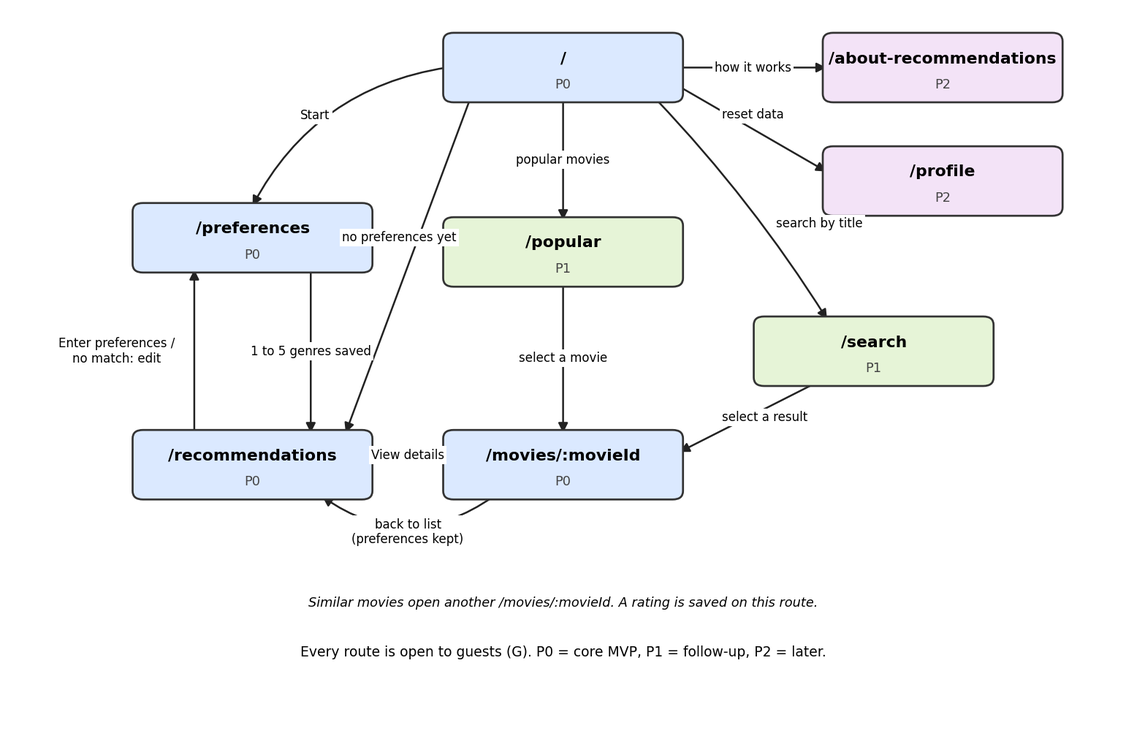
Before: docs/images/screen-flow.png, a diagram exported from PlantUML (SE-FDA-NEU/ai66a_group3_C1_SE). Its source is kept beside it as docs/screen-flow.puml. Its diagram source:
```plantuml
@startuml
title AI Movie Recommendation System - Screen Flow

start

:Open the recommendation page;

if (Saved genre preferences?) then (yes)
  :Request personalised recommendations;
else (no)
  :Show popular movies;
  :Show "Choose favourite genres" action;
  :Select 1 to 5 favourite genres;

  if (Valid genre selection?) then (yes)
    :Save preferences for the current session;
    :Request personalised recommendations;
  else (no)
    :Show validation message;
    stop
  endif
endif

if (Recommendation request succeeds?) then (yes)
  if (Matching movies found?) then (yes)
    :Show up to 10 matching movie cards;
    :Optionally filter the list by genre;
    :Select a movie;
    :Show movie details;

    if (User wants similar movies?) then (yes)
      :Show up to 5 similar movies;
    endif

    if (User wants to rate the movie?) then (yes)
      :Validate and save an optional rating from 1 to 5;
    endif
  else (no)
    :Show no-match message;
    :Show popular alternative movies;
    :Offer actions to edit preferences or retry;
  endif
else (no)
  :Show an error message and a retry action;
endif

stop
@enduml
```
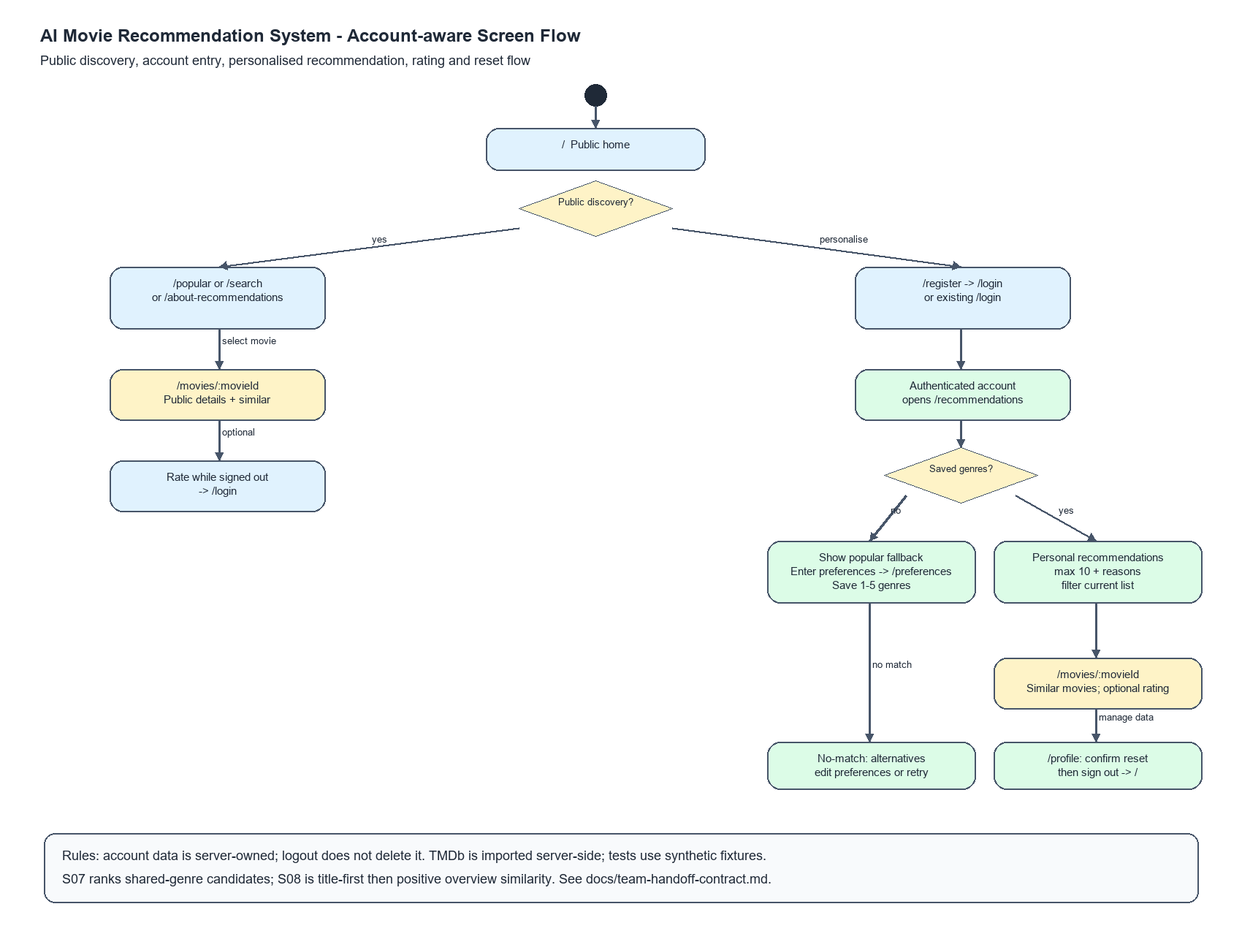
The same file after the commit.

Commit message:
docs: refine movie data spike and screen flow

Diff of the diagram source:
```diff
@@ -1,47 +1,61 @@
 @startuml
-title AI Movie Recommendation System - Screen Flow
+title AI Movie Recommendation System - Account-aware activity flow
 
 start
 
-:Open the recommendation page;
+:Open / public home;
 
-if (Saved genre preferences?) then (yes)
-  :Request personalised recommendations;
-else (no)
-  :Show popular movies;
-  :Show "Choose favourite genres" action;
-  :Select 1 to 5 favourite genres;
+if (Use public discovery?) then (yes)
+  if (Browse popular movies?) then (yes)
+    :Open /popular;
+  else (search)
+    :Open /search or /about-recommendations;
+  endif
+  :Open /movies/:movieId when a movie is selected;
+  if (Save a rating while signed out?) then (yes)
+    :Open /login;
+  else (no)
+    :Return to the public list;
+  endif
+else (personalise)
+  if (Already registered?) then (yes)
+    :Open /login;
+  else (no)
+    :Open /register;
+    :Create account with a unique email;
+    :Open /login;
+  endif
 
-  if (Valid genre selection?) then (yes)
-    :Save preferences for the current session;
-    :Request personalised recommendations;
+  :Authenticate the account;
+  :Open /recommendations;
+
+  if (Saved favourite genres?) then (yes)
+    :Request personal recommendations;
   else (no)
-    :Show validation message;
-    stop
+    :Show non-personalised popular fallback;
+    :Open /preferences from Enter preferences;
+    :Select 1 to 5 genres and save them for the current account;
+    :Open /recommendations;
   endif
-endif
 
-if (Recommendation request succeeds?) then (yes)
   if (Matching movies found?) then (yes)
-    :Show up to 10 matching movie cards;
-    :Optionally filter the list by genre;
-    :Select a movie;
-    :Show movie details;
-
-    if (User wants similar movies?) then (yes)
-      :Show up to 5 similar movies;
-    endif
-
-    if (User wants to rate the movie?) then (yes)
-      :Validate and save an optional rating from 1 to 5;
+    :Show at most 10 distinct recommended movies and reasons;
+    :Optionally filter the current displayed list;
+    :Open /movies/:movieId;
+    :View public similar movies;
+    if (Rate this movie?) then (yes)
+      :Save/update the current account rating from 1 to 5;
     endif
   else (no)
-    :Show no-match message;
-    :Show popular alternative movies;
-    :Offer actions to edit preferences or retry;
+    :Show no-match message and popular alternatives;
+    :Retry or open /preferences to edit genres;
   endif
-else (no)
-  :Show an error message and a retry action;
+
+  if (Manage account data?) then (yes)
+    :Open /profile;
+    :Confirm reset of only this account's genres and ratings;
+  endif
+  :Sign out and return to /;
 endif
 
 stop
```
